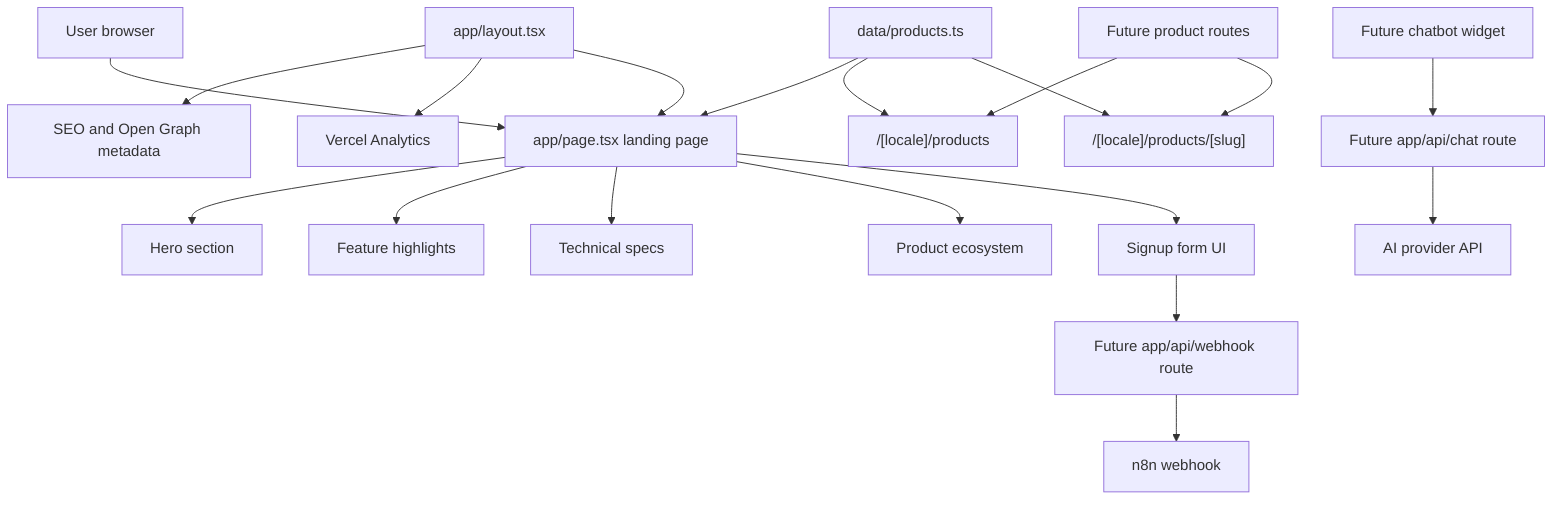
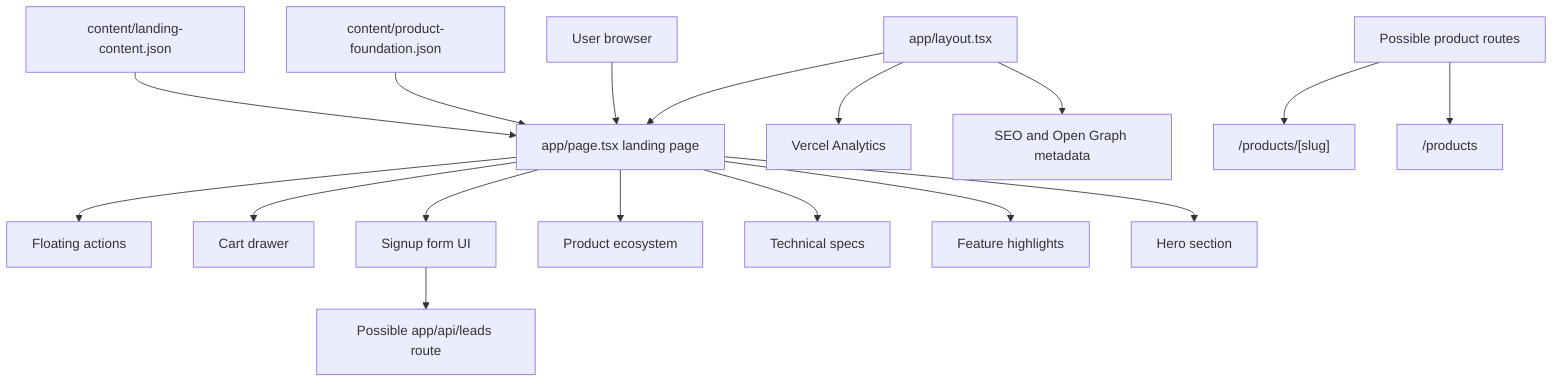
flowchart TD
  U["User browser"] --> H["app/page.tsx landing page"]
  H --> Hero["Hero section"]
  H --> Features["Feature highlights"]
  H --> Specs["Technical specs"]
  H --> Ecosystem["Product ecosystem"]
  H --> Signup["Signup form UI"]
+   H --> Cart["Cart drawer"]
+   H --> Floating["Floating actions"]

  Root["app/layout.tsx"] --> Meta["SEO and Open Graph metadata"]
  Root --> Analytics["Vercel Analytics"]
  Root --> H

-   FutureProducts["Future product routes"] --> Listing["/[locale]/products"]
-   FutureProducts --> Detail["/[locale]/products/[slug]"]
-   ProductData["data/products.ts"] --> H
-   ProductData --> Listing
-   ProductData --> Detail
+   FutureProducts["Possible product routes"] --> Listing["/products"]
+   FutureProducts --> Detail["/products/[slug]"]
+   ProductData["content/product-foundation.json"] --> H
+   LandingData["content/landing-content.json"] --> H

-   Signup --> Webhook["Future app/api/webhook route"]
-   Webhook --> N8N["n8n webhook"]
- 
-   Chatbot["Future chatbot widget"] --> ChatApi["Future app/api/chat route"]
-   ChatApi --> AI["AI provider API"]
+   Signup --> LeadEndpoint["Possible app/api/leads route"]
